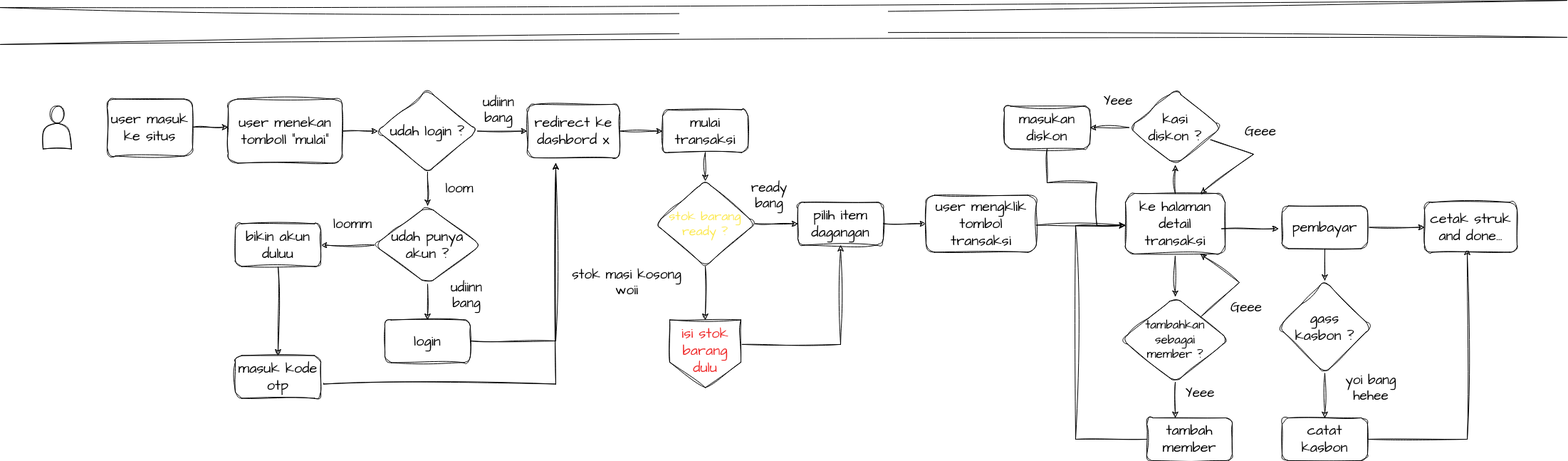
The draw.io diagram Untitled Diagram.drawio.png in Petrichor-Dev/mypos, before a commit. Source tidied: cells renumbered, new cells last; positions are measured from the earlier drawing's top-left corner, leaving out a move shared by most shapes.
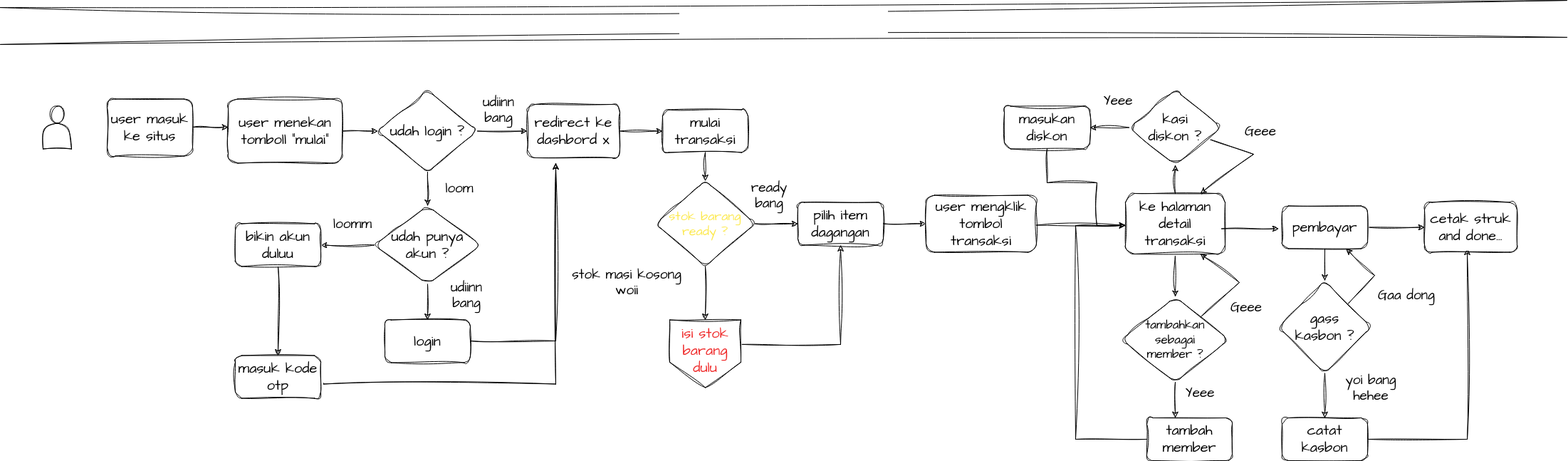
The same diagram one commit later.

Diff of the diagram source:
```diff
@@ -207,6 +207,13 @@
     <mxCell id="55" style="edgeStyle=orthogonalEdgeStyle;rounded=0;sketch=1;hachureGap=4;jiggle=2;curveFitting=1;jettySize=auto;html=1;fontFamily=Architects Daughter;fontSource=https%3A%2F%2Ffonts.googleapis.com%2Fcss%3Ffamily%3DArchitects%2BDaughter;fontSize=17;fontColor=default;labelBackgroundColor=none;" parent="1" edge="1" source="56" target="58">
       <mxGeometry relative="1" as="geometry" />
     </mxCell>
+    <mxCell id="69" style="edgeStyle=none;rounded=0;sketch=1;hachureGap=4;jiggle=2;curveFitting=1;jettySize=auto;html=1;fontFamily=Architects Daughter;fontSource=https%3A%2F%2Ffonts.googleapis.com%2Fcss%3Ffamily%3DArchitects%2BDaughter;fontSize=16;entryX=0.75;entryY=1;entryDx=0;entryDy=0;exitX=1;exitY=0;exitDx=0;exitDy=0;" parent="1" edge="1" source="56" target="47">
+      <mxGeometry relative="1" as="geometry">
+        <Array as="points">
+          <mxPoint x="1930" y="360" />
+        </Array>
+      </mxGeometry>
+    </mxCell>
     <mxCell id="56" value="&lt;div&gt;gass&lt;/div&gt;&lt;div&gt;kasbon ?&lt;br&gt;&lt;/div&gt;" style="rhombus;whiteSpace=wrap;html=1;fontSize=20;fontFamily=Architects Daughter;rounded=1;sketch=1;curveFitting=1;jiggle=2;hachureGap=4;fontSource=https%3A%2F%2Ffonts.googleapis.com%2Fcss%3Ffamily%3DArchitects%2BDaughter;spacing=2;labelBackgroundColor=none;" parent="1" vertex="1">
       <mxGeometry x="1795" y="367.5" width="130" height="130" as="geometry" />
     </mxCell>
@@ -254,5 +261,8 @@
     <mxCell id="68" value="Geee" style="text;strokeColor=none;align=center;fillColor=none;html=1;verticalAlign=middle;whiteSpace=wrap;rounded=0;sketch=1;hachureGap=4;jiggle=2;curveFitting=1;fontFamily=Architects Daughter;fontSource=https%3A%2F%2Ffonts.googleapis.com%2Fcss%3Ffamily%3DArchitects%2BDaughter;fontSize=19;labelBackgroundColor=none;" parent="1" vertex="1">
       <mxGeometry x="1740" y="142.5" width="60" height="30" as="geometry" />
     </mxCell>
+    <mxCell id="70" value="Gaa dong" style="text;strokeColor=none;align=center;fillColor=none;html=1;verticalAlign=middle;whiteSpace=wrap;rounded=0;sketch=1;hachureGap=4;jiggle=2;curveFitting=1;fontFamily=Architects Daughter;fontSource=https%3A%2F%2Ffonts.googleapis.com%2Fcss%3Ffamily%3DArchitects%2BDaughter;fontSize=19;labelBackgroundColor=none;" parent="1" vertex="1">
+      <mxGeometry x="1920" y="367.5" width="110" height="40" as="geometry" />
+    </mxCell>
   </root>
 </mxGraphModel>
```
